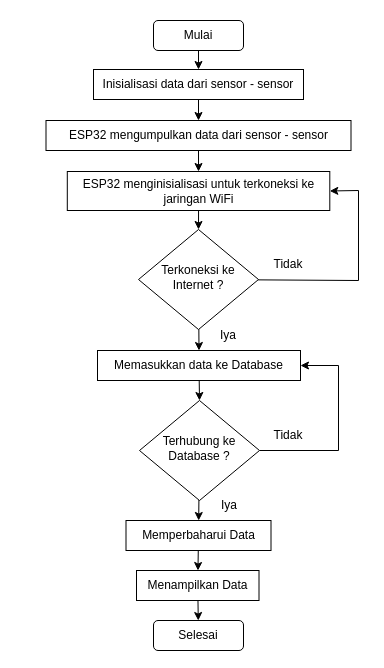
Above: Tesis.drawio in Falenbayu/Falenbayu (draw.io), before the change. Source tidied: cells renumbered, new cells numbered last; positions are measured from the earlier drawing's top-left corner, leaving out a move shared by most shapes. Both pictures are drawn from the tidied source at 100%, with x=0, y=0 at pixel (46, 20).
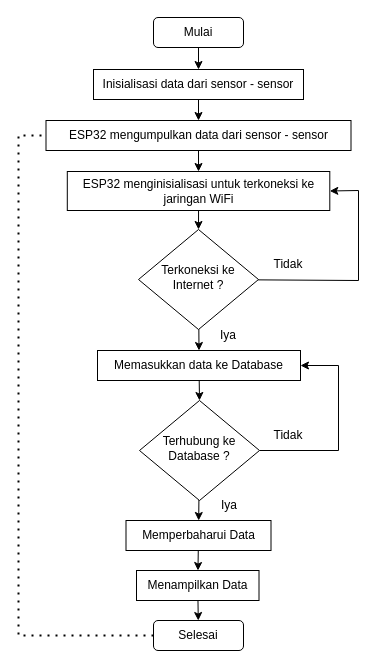
The same page after the edit.

Unchanged cells that the change refers to:
```xml
<mxCell id="6" value="Selesai" style="rounded=1;whiteSpace=wrap;html=1;fontSize=12;glass=0;strokeWidth=1;shadow=0;" parent="1" vertex="1">
  <mxGeometry x="107" y="600" width="90" height="30" as="geometry" />
</mxCell>
<mxCell id="12" value="ESP32 mengumpulkan data dari sensor - sensor" style="rounded=0;whiteSpace=wrap;html=1;" parent="1" vertex="1">
  <mxGeometry x="-0.5" y="100" width="305" height="30" as="geometry" />
</mxCell>
```

The edit, as a diff of the source:
```diff
@@
     <mxCell id="2" value="Mulai" style="rounded=1;whiteSpace=wrap;html=1;fontSize=12;glass=0;strokeWidth=1;shadow=0;" parent="1" vertex="1">
-      <mxGeometry x="107" width="90" height="30" as="geometry" />
+      <mxGeometry x="107" y="-3" width="90" height="30" as="geometry" />
     </mxCell>
@@
+    <mxCell id="27" style="endArrow=none;dashed=1;html=1;dashPattern=1 3;strokeWidth=2;rounded=0;entryX=0;entryY=0.5;entryDx=0;entryDy=0;exitX=0;exitY=0.5;exitDx=0;exitDy=0;" parent="1" edge="1" source="6" target="12">
+      <mxGeometry relative="1" as="geometry">
+        <Array as="points">
+          <mxPoint x="-28" y="615" />
+          <mxPoint x="-28" y="115" />
+        </Array>
+      </mxGeometry>
+    </mxCell>
```
